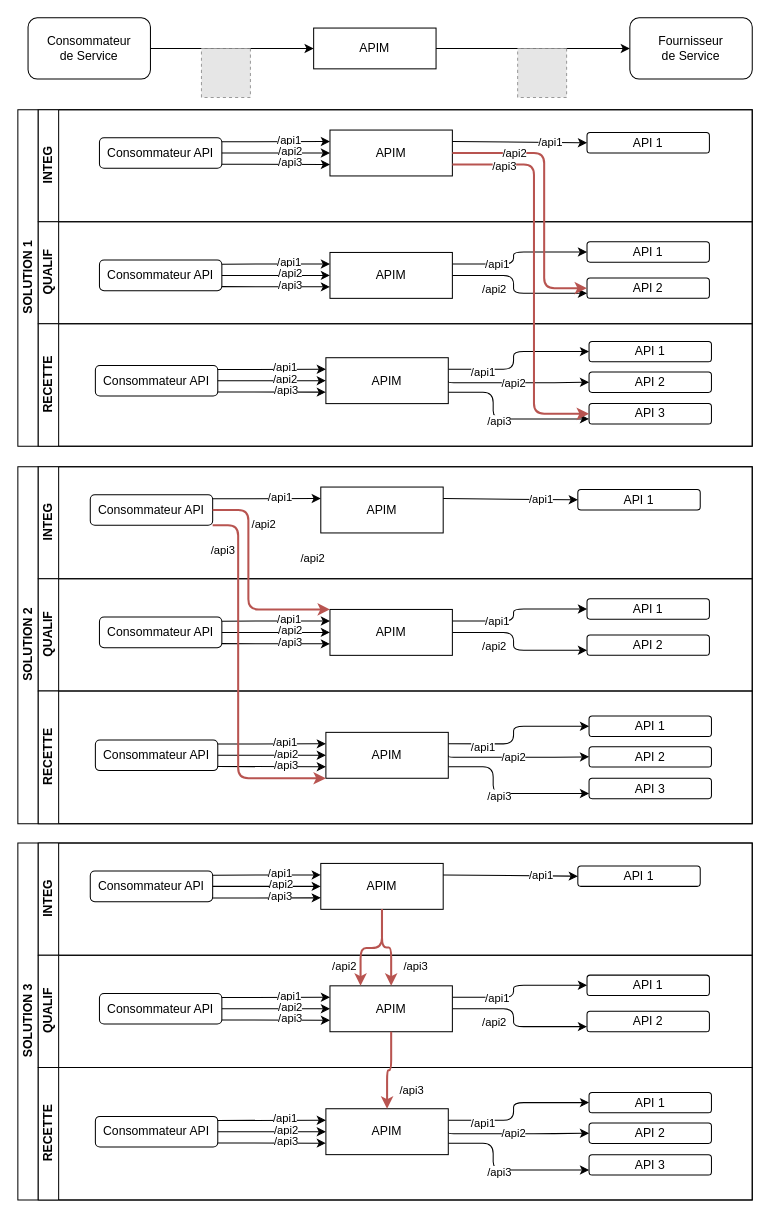
Earlier version of the draw.io diagram environnement-api.drawio (vdupain/draw.io). Source tidied: cells renumbered, new cells numbered last; positions are measured from the earlier drawing's top-left corner, leaving out a move shared by most shapes. Both pictures are drawn from the tidied source at 102%, with x=0, y=0 at pixel (17, 17). Pictures stored in the file or linked from it are replaced by grey dashed boxes.
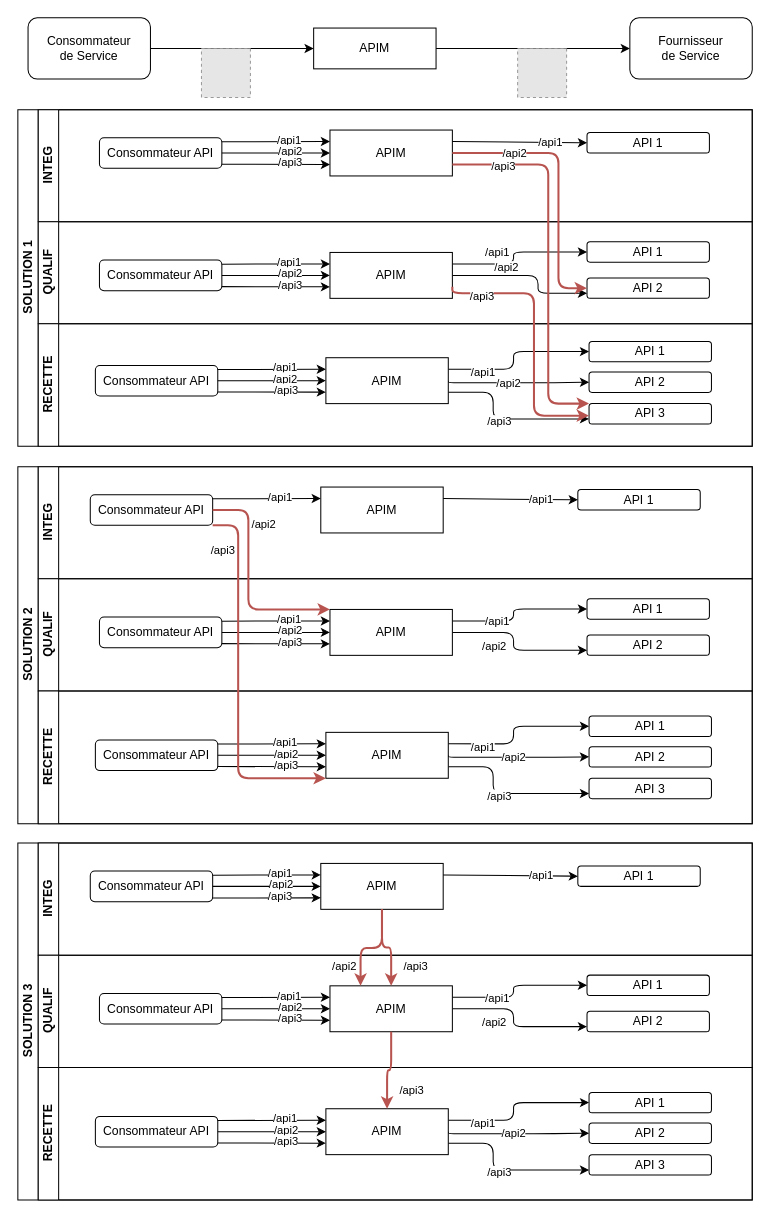
The same diagram, later.

Unchanged cells that the change refers to:
```xml
<mxCell id="9" value="SOLUTION 1" style="swimlane;html=1;horizontal=0;startSize=20;" parent="1" vertex="1">
  <mxGeometry y="90" width="720" height="330" as="geometry" />
</mxCell>
<mxCell id="12" value="APIM" style="rounded=0;whiteSpace=wrap;html=1;" parent="10" vertex="1">
  <mxGeometry x="286" y="20" width="120" height="45" as="geometry" />
</mxCell>
<mxCell id="22" value="QUALIF" style="swimlane;html=1;startSize=20;horizontal=0;" parent="9" vertex="1">
  <mxGeometry x="20" y="110" width="700" height="100" as="geometry" />
</mxCell>
<mxCell id="24" style="endArrow=classic;html=1;exitX=1;exitY=0.25;exitDx=0;exitDy=0;entryX=0;entryY=0.5;entryDx=0;entryDy=0;rounded=1;edgeStyle=orthogonalEdgeStyle;" parent="22" edge="1" source="30" target="23">
  <mxGeometry relative="1" as="geometry">
    <Array as="points">
      <mxPoint x="466" y="41" />
      <mxPoint x="466" y="30" />
    </Array>
  </mxGeometry>
</mxCell>
<mxCell id="26" value="API 2" style="rounded=1;whiteSpace=wrap;html=1;" parent="22" vertex="1">
  <mxGeometry x="538" y="55" width="120" height="20" as="geometry" />
</mxCell>
<mxCell id="30" value="APIM" style="rounded=0;whiteSpace=wrap;html=1;" parent="22" vertex="1">
  <mxGeometry x="286" y="30" width="120" height="45" as="geometry" />
</mxCell>
<mxCell id="37" value="RECETTE" style="swimlane;html=1;startSize=20;horizontal=0;" parent="9" vertex="1">
  <mxGeometry x="20" y="210" width="700" height="120" as="geometry" />
</mxCell>
<mxCell id="40" value="API 3" style="rounded=1;whiteSpace=wrap;html=1;" parent="37" vertex="1">
  <mxGeometry x="540" y="78.2" width="120" height="20" as="geometry" />
</mxCell>
<mxCell id="43" style="endArrow=classic;html=1;exitX=1;exitY=0.5;exitDx=0;exitDy=0;entryX=0;entryY=0.5;entryDx=0;entryDy=0;rounded=1;edgeStyle=orthogonalEdgeStyle;" parent="37" edge="1" source="48" target="39">
  <mxGeometry relative="1" as="geometry">
    <Array as="points">
      <mxPoint x="402" y="57.8" />
      <mxPoint x="496" y="57.8" />
    </Array>
  </mxGeometry>
</mxCell>
<mxCell id="48" value="APIM" style="rounded=0;whiteSpace=wrap;html=1;" parent="37" vertex="1">
  <mxGeometry x="282" y="33.2" width="120" height="45" as="geometry" />
</mxCell>
```

What changed in the source:
```diff
@@
     <mxCell id="25" value="/api1" style="edgeLabel;html=1;align=center;verticalAlign=middle;" parent="24" vertex="1">
-      <mxGeometry x="-0.39" relative="1" as="geometry" />
+      <mxGeometry x="-0.39" relative="1" as="geometry">
+        <mxPoint y="-11.8" as="offset" />
+      </mxGeometry>
     </mxCell>
@@
     <mxCell id="27" style="endArrow=classic;html=1;exitX=1;exitY=0.5;exitDx=0;exitDy=0;entryX=0;entryY=0.75;entryDx=0;entryDy=0;rounded=1;edgeStyle=orthogonalEdgeStyle;" parent="22" edge="1" source="30" target="26">
       <mxGeometry relative="1" as="geometry">
         <Array as="points">
-          <mxPoint x="466" y="53" />
-          <mxPoint x="466" y="70" />
+          <mxPoint x="490" y="53" />
+          <mxPoint x="490" y="70" />
         </Array>
       </mxGeometry>
     </mxCell>
     <mxCell id="28" value="/api2" style="edgeLabel;html=1;align=center;verticalAlign=middle;" parent="27" vertex="1">
       <mxGeometry x="0.33" y="-3" relative="1" as="geometry">
-        <mxPoint x="-41.5" y="-8" as="offset" />
+        <mxPoint x="-28.6" y="-23" as="offset" />
       </mxGeometry>
     </mxCell>
@@
     <mxCell id="44" value="/api2" style="edgeLabel;html=1;align=center;verticalAlign=middle;" parent="43" vertex="1">
       <mxGeometry x="0.5" relative="1" as="geometry">
-        <mxPoint x="-39" y="0.1" as="offset" />
+        <mxPoint x="-44.3" y="-0.4" as="offset" />
       </mxGeometry>
     </mxCell>
     <mxCell id="45" style="endArrow=classic;html=1;exitX=1;exitY=0.75;exitDx=0;exitDy=0;entryX=0;entryY=0.75;entryDx=0;entryDy=0;rounded=1;edgeStyle=orthogonalEdgeStyle;" parent="37" edge="1" source="48" target="40">
       <mxGeometry relative="1" as="geometry">
         <Array as="points">
-          <mxPoint x="446" y="66.8" />
-          <mxPoint x="446" y="93.8" />
+          <mxPoint x="446" y="67" />
+          <mxPoint x="446" y="93" />
         </Array>
       </mxGeometry>
     </mxCell>
@@
     <mxCell id="55" style="endArrow=classic;html=1;exitX=1;exitY=0.5;exitDx=0;exitDy=0;entryX=0;entryY=0.5;entryDx=0;entryDy=0;edgeStyle=orthogonalEdgeStyle;strokeWidth=2;fillColor=#f8cecc;strokeColor=#b85450;" parent="9" edge="1" source="12" target="26">
       <mxGeometry relative="1" as="geometry">
         <Array as="points">
-          <mxPoint x="516" y="43" />
-          <mxPoint x="516" y="175" />
+          <mxPoint x="530" y="43" />
+          <mxPoint x="530" y="175" />
         </Array>
       </mxGeometry>
     </mxCell>
@@
-    <mxCell id="57" style="endArrow=classic;html=1;exitX=1;exitY=0.75;exitDx=0;exitDy=0;entryX=0;entryY=0.5;entryDx=0;entryDy=0;edgeStyle=orthogonalEdgeStyle;fillColor=#f8cecc;strokeColor=#b85450;strokeWidth=2;" parent="9" edge="1" source="12" target="40">
+    <mxCell id="57" style="endArrow=classic;html=1;exitX=1;exitY=0.75;exitDx=0;exitDy=0;entryX=0;entryY=0;entryDx=0;entryDy=0;edgeStyle=orthogonalEdgeStyle;fillColor=#f8cecc;strokeColor=#b85450;strokeWidth=2;" parent="9" edge="1" source="12" target="40">
       <mxGeometry relative="1" as="geometry">
         <Array as="points">
-          <mxPoint x="506" y="54" />
-          <mxPoint x="506" y="298" />
+          <mxPoint x="520" y="54" />
+          <mxPoint x="520" y="288" />
         </Array>
       </mxGeometry>
     </mxCell>
@@
-    <mxCell id="154" value="/api2" style="edgeLabel;html=1;align=center;verticalAlign=middle;" parent="1" vertex="1">
-      <mxGeometry x="240" y="495" as="geometry">
-        <mxPoint x="48" y="34" as="offset" />
-      </mxGeometry>
-    </mxCell>
+    <mxCell id="155" style="endArrow=classic;html=1;exitX=1;exitY=0.75;exitDx=0;exitDy=0;edgeStyle=orthogonalEdgeStyle;fillColor=#f8cecc;strokeColor=#b85450;strokeWidth=2;" parent="1" edge="1" source="30">
+      <mxGeometry relative="1" as="geometry">
+        <mxPoint x="560" y="390" as="targetPoint" />
+        <Array as="points">
+          <mxPoint x="426" y="270" />
+          <mxPoint x="506" y="270" />
+          <mxPoint x="506" y="390" />
+        </Array>
+      </mxGeometry>
+    </mxCell>
+    <mxCell id="156" value="/api3" style="edgeLabel;html=1;align=center;verticalAlign=middle;" parent="155" vertex="1">
+      <mxGeometry x="-0.73" y="-2" relative="1" as="geometry" />
+    </mxCell>
```
